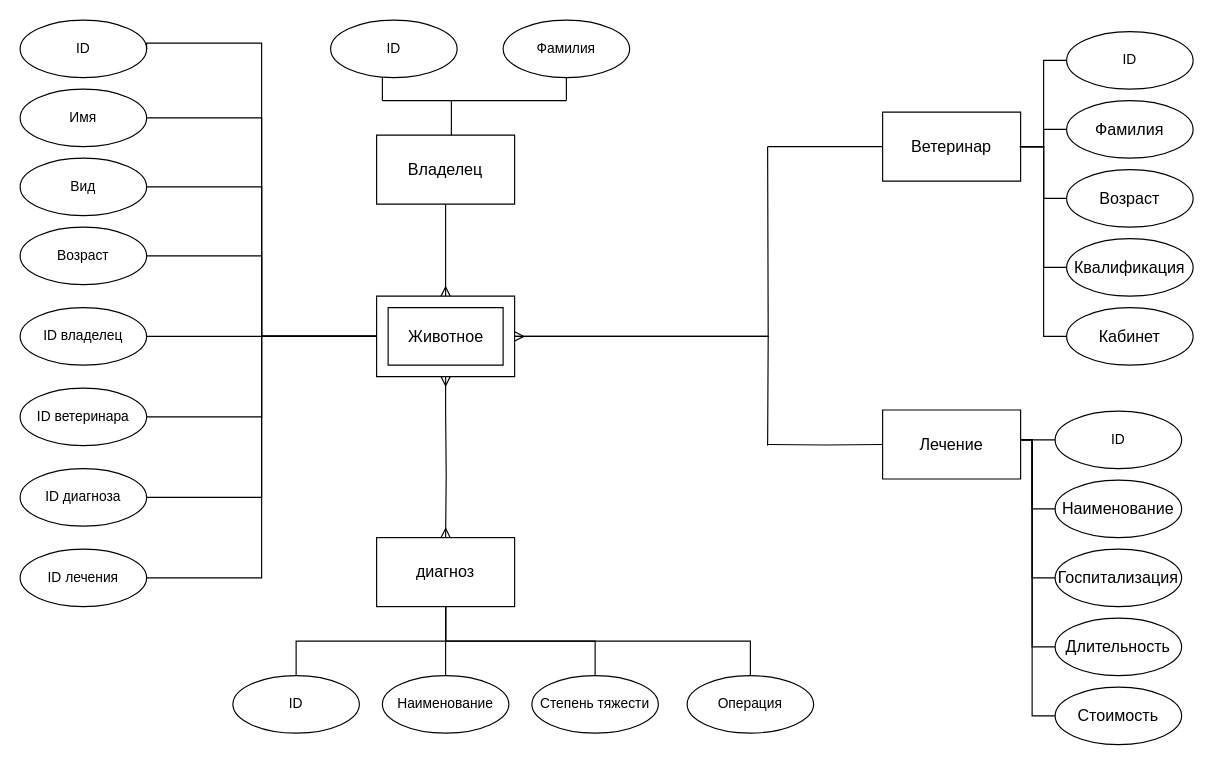
Before: lab_01/diagram/er-model.drawio in jokerva1010123/BMSTU-5-cem-DB, a draw.io diagram. Source tidied: cells renumbered, new cells numbered last; positions are measured from the earlier drawing's top-left corner, leaving out a move shared by most shapes. Both pictures are drawn from the tidied source at 115%, with x=0, y=0 at pixel (20, 20).
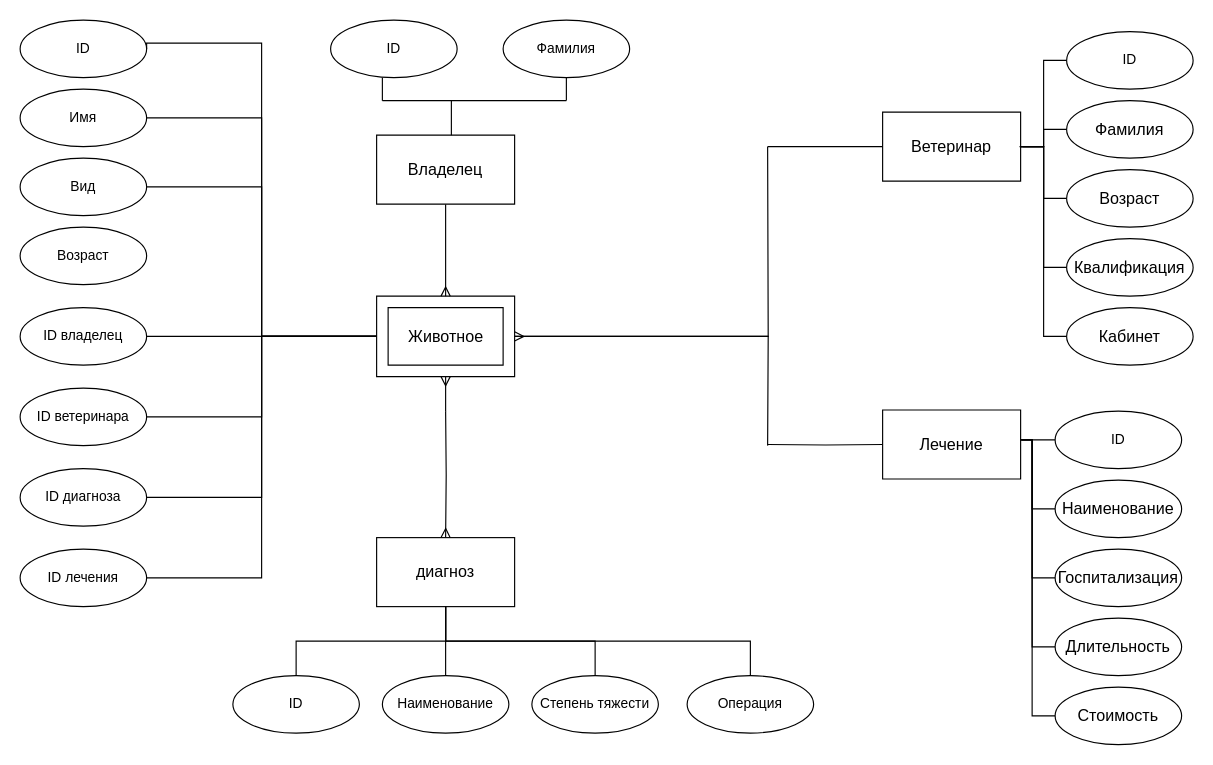
The same diagram, later.

Unchanged cells that the change refers to:
```xml
<mxCell id="3" style="verticalLabelPosition=bottom;verticalAlign=top;html=1;shape=mxgraph.basic.frame;dx=10;" parent="2" vertex="1">
  <mxGeometry width="120" height="70" as="geometry" />
</mxCell>
<mxCell id="20" value="Возраст" style="ellipse;whiteSpace=wrap;html=1;" parent="1" vertex="1">
  <mxGeometry y="180" width="110" height="50" as="geometry" />
</mxCell>
```

The edit, as a diff of the source:
```diff
@@
-    <mxCell id="25" style="edgeStyle=orthogonalEdgeStyle;rounded=0;jettySize=auto;html=1;exitX=0;exitY=0.5;exitDx=0;exitDy=0;exitPerimeter=0;entryX=1;entryY=0.5;entryDx=0;entryDy=0;endArrow=none;endFill=0;" parent="1" edge="1" source="3" target="20">
-      <mxGeometry relative="1" as="geometry" />
-    </mxCell>
```
